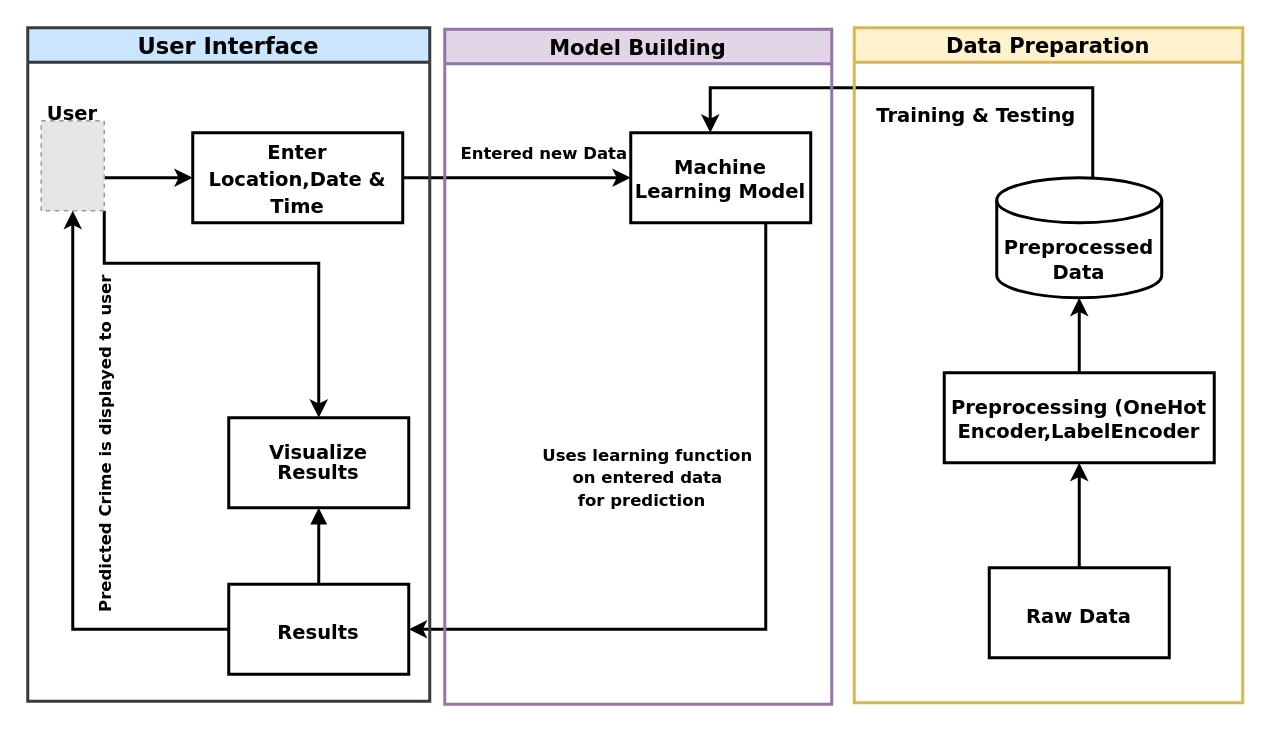
Before: page "Page-1" (1 of 2) of work_flow.drawio in ChanumoluGayathri/System_Design, a draw.io diagram. Source tidied: cells renumbered, new cells numbered last; positions are measured from the earlier drawing's top-left corner, leaving out a move shared by most shapes. Both pictures are drawn from the tidied source at 150%, with x=0, y=0 at pixel (27, 27). Pictures stored in the file or linked from it are replaced by grey dashed boxes.
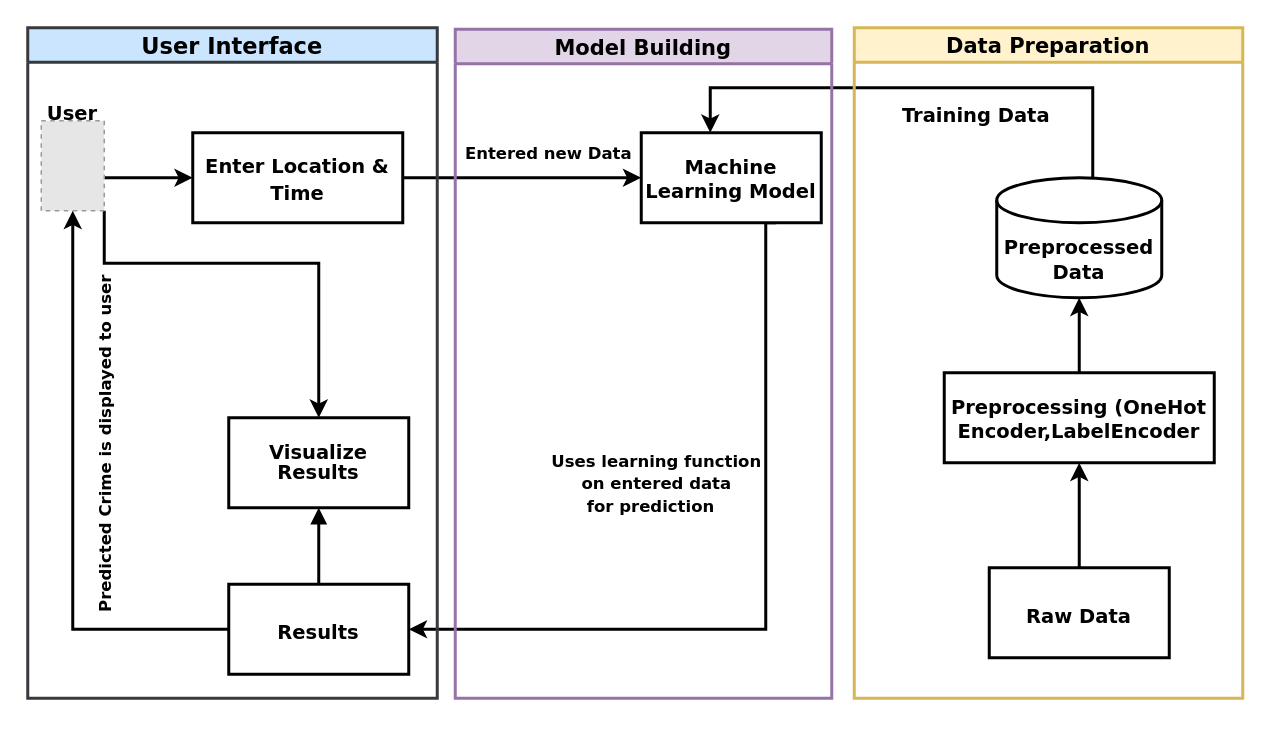
The same diagram, later.

Unchanged cells that the change refers to:
```xml
<mxCell id="8" style="edgeStyle=orthogonalEdgeStyle;rounded=0;hachureGap=4;jettySize=auto;html=1;fontFamily=Architects Daughter;fontSize=16;strokeWidth=2;" parent="1" edge="1" source="22" target="19">
  <mxGeometry relative="1" as="geometry">
    <Array as="points">
      <mxPoint x="710" y="40" />
      <mxPoint x="455" y="40" />
    </Array>
  </mxGeometry>
</mxCell>
```

Diff of the diagram source:
```diff
@@
-    <mxCell id="6" value="&lt;p style=&quot;line-height: 80%;&quot;&gt;&lt;font style=&quot;font-size: 13px;&quot; face=&quot;Verdana&quot;&gt;&lt;b&gt;Enter Location,Date &amp;amp; Time&lt;/b&gt;&lt;/font&gt;&lt;/p&gt;" style="rounded=0;whiteSpace=wrap;html=1;hachureGap=4;fontFamily=Architects Daughter;fontSize=20;strokeWidth=2;" parent="1" vertex="1">
+    <mxCell id="6" value="&lt;p style=&quot;line-height: 80%;&quot;&gt;&lt;font style=&quot;font-size: 13px;&quot; face=&quot;Verdana&quot;&gt;&lt;b&gt;Enter Location &amp;amp; Time&lt;/b&gt;&lt;/font&gt;&lt;/p&gt;" style="rounded=0;whiteSpace=wrap;html=1;hachureGap=4;fontFamily=Architects Daughter;fontSize=20;strokeWidth=2;" parent="1" vertex="1">
       <mxGeometry x="110" y="70" width="140" height="60" as="geometry" />
     </mxCell>
@@
-    <mxCell id="9" value="&lt;font face=&quot;Verdana&quot;&gt;&lt;span style=&quot;font-size: 13px;&quot;&gt;&lt;b&gt;Training &amp;amp; Testing&lt;/b&gt;&lt;/span&gt;&lt;/font&gt;" style="edgeLabel;html=1;align=center;verticalAlign=middle;fontSize=20;fontFamily=Architects Daughter;" parent="8" vertex="1">
+    <mxCell id="9" value="&lt;font face=&quot;Verdana&quot;&gt;&lt;span style=&quot;font-size: 13px;&quot;&gt;&lt;b&gt;Training Data&lt;/b&gt;&lt;/span&gt;&lt;/font&gt;" style="edgeLabel;html=1;align=center;verticalAlign=middle;fontSize=20;fontFamily=Architects Daughter;" parent="8" vertex="1">
       <mxGeometry x="-0.35" y="2" relative="1" as="geometry">
         <mxPoint x="-27" y="13" as="offset" />
       </mxGeometry>
     </mxCell>
     <mxCell id="10" value="User Interface" style="swimlane;hachureGap=4;fontFamily=Verdana;fontSize=15;fontStyle=1;fillColor=#cce5ff;strokeColor=#36393d;strokeWidth=2;" parent="1" vertex="1">
-      <mxGeometry width="268" height="449" as="geometry" />
+      <mxGeometry width="273" height="447" as="geometry" />
     </mxCell>
@@
     <mxCell id="18" value="Model Building" style="swimlane;hachureGap=4;fontFamily=Verdana;fontSize=14;fillColor=#e1d5e7;strokeColor=#9673a6;strokeWidth=2;" parent="1" vertex="1">
-      <mxGeometry x="278" y="1" width="258" height="450" as="geometry" />
+      <mxGeometry x="285" y="1" width="251" height="446" as="geometry" />
     </mxCell>
@@
     <mxCell id="20" value="&lt;p style=&quot;line-height: 60%;&quot;&gt;&lt;b style=&quot;font-size: 11px;&quot;&gt;&lt;font style=&quot;font-size: 11px;&quot; face=&quot;Verdana&quot;&gt;Uses learning function &lt;br&gt;on entered data &lt;br&gt;for prediction&amp;nbsp;&amp;nbsp;&lt;/font&gt;&lt;/b&gt;&lt;/p&gt;" style="text;html=1;align=center;verticalAlign=middle;strokeColor=none;fillColor=none;fontSize=20;fontFamily=Architects Daughter;" parent="18" vertex="1">
-      <mxGeometry x="55" y="248" width="160" height="100" as="geometry" />
+      <mxGeometry x="54" y="252" width="160" height="100" as="geometry" />
     </mxCell>
     <mxCell id="21" value="Data Preparation" style="swimlane;hachureGap=4;fontFamily=Verdana;fontSize=14;fillColor=#fff2cc;strokeColor=#d6b656;strokeWidth=2;" parent="1" vertex="1">
-      <mxGeometry x="551" width="259" height="450" as="geometry" />
+      <mxGeometry x="551" width="259" height="447" as="geometry" />
     </mxCell>
```
